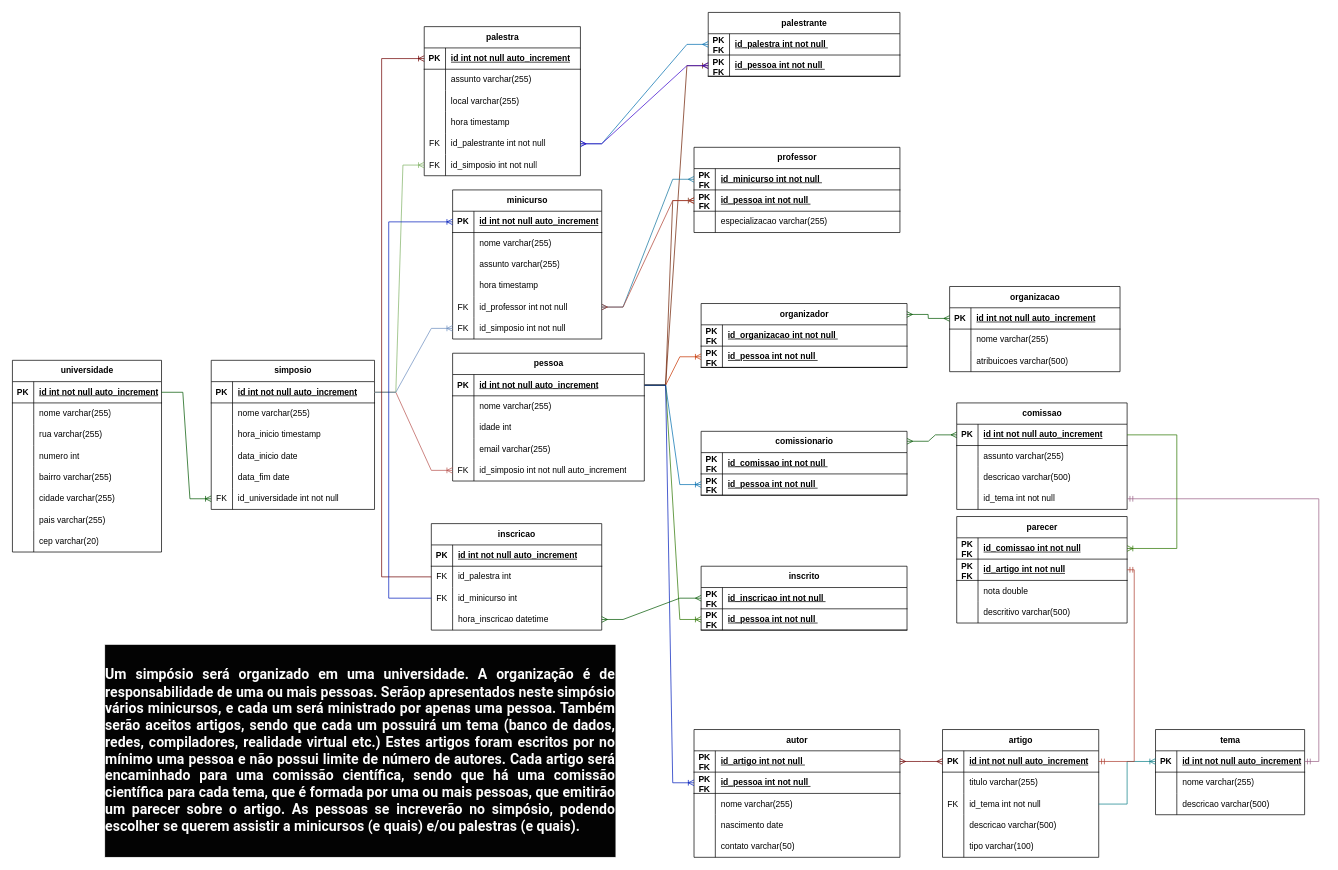
samueldelorenzi/BancoDeDadosI keeps this draw.io diagram as Diagramas/Atividades/simposio.drawio. Above is the earlier version. Source tidied: cells renumbered, new cells numbered last; positions are measured from the earlier drawing's top-left corner, leaving out a move shared by most shapes. Both pictures are drawn from the tidied source at 71%, with x=0, y=0 at pixel (12, 12).
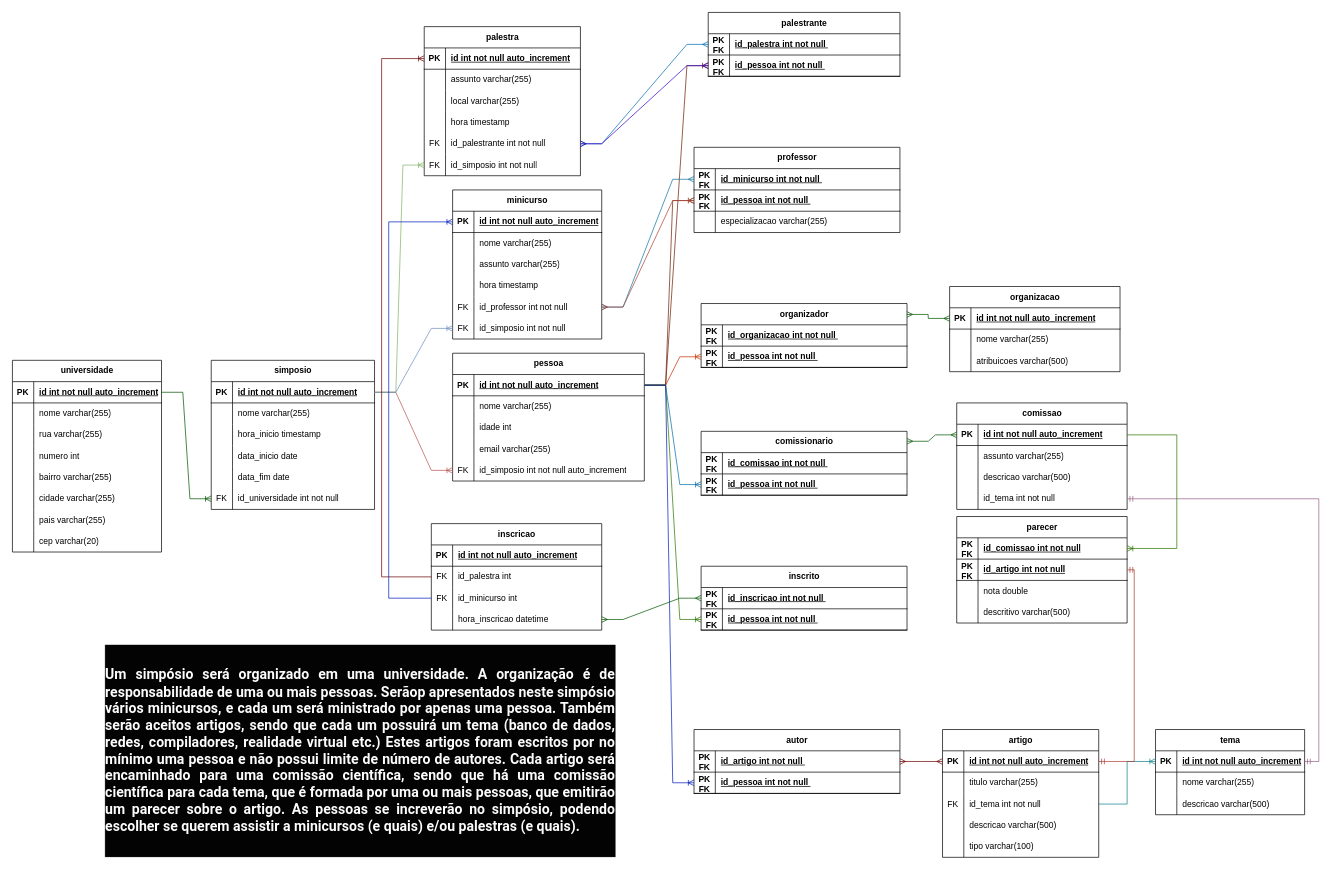
After the change.

The edit, as a diff of the source:
```diff
@@
     <mxCell id="191" value="autor" style="shape=table;startSize=30;childLayout=tableLayout;rowLines=0;fontStyle=1;align=center;html=1;" parent="1" vertex="1">
-      <mxGeometry x="960" y="1010" width="290" height="180" as="geometry" />
+      <mxGeometry x="960" y="1010" width="290" height="90" as="geometry" />
     </mxCell>
@@
-    <mxCell id="198" style="shape=tableRow;horizontal=0;startSize=0;swimlaneHead=0;swimlaneBody=0;fillColor=none;top=0;left=0;right=0;bottom=0;" parent="191" vertex="1">
-      <mxGeometry y="90" width="290" height="30" as="geometry" />
-    </mxCell>
-    <mxCell id="199" style="shape=partialRectangle;fillColor=none;top=0;left=0;bottom=0;right=0;overflow=hidden;whiteSpace=wrap;html=1;" parent="198" vertex="1">
-      <mxGeometry width="30" height="30" as="geometry" />
-    </mxCell>
-    <mxCell id="200" value="nome varchar(255)" style="shape=partialRectangle;fillColor=none;top=0;left=0;bottom=0;right=0;align=left;spacingLeft=6;overflow=hidden;whiteSpace=wrap;html=1;" parent="198" vertex="1">
-      <mxGeometry x="30" width="260" height="30" as="geometry" />
-    </mxCell>
-    <mxCell id="201" style="shape=tableRow;horizontal=0;startSize=0;swimlaneHead=0;swimlaneBody=0;fillColor=none;top=0;left=0;right=0;bottom=0;" parent="191" vertex="1">
-      <mxGeometry y="120" width="290" height="30" as="geometry" />
-    </mxCell>
-    <mxCell id="202" style="shape=partialRectangle;fillColor=none;top=0;left=0;bottom=0;right=0;overflow=hidden;whiteSpace=wrap;html=1;" parent="201" vertex="1">
-      <mxGeometry width="30" height="30" as="geometry" />
-    </mxCell>
-    <mxCell id="203" value="nascimento date" style="shape=partialRectangle;fillColor=none;top=0;left=0;bottom=0;right=0;align=left;spacingLeft=6;overflow=hidden;whiteSpace=wrap;html=1;" parent="201" vertex="1">
-      <mxGeometry x="30" width="260" height="30" as="geometry" />
-    </mxCell>
-    <mxCell id="204" style="shape=tableRow;horizontal=0;startSize=0;swimlaneHead=0;swimlaneBody=0;fillColor=none;top=0;left=0;right=0;bottom=0;" parent="191" vertex="1">
-      <mxGeometry y="150" width="290" height="30" as="geometry" />
-    </mxCell>
-    <mxCell id="205" style="shape=partialRectangle;fillColor=none;top=0;left=0;bottom=0;right=0;overflow=hidden;whiteSpace=wrap;html=1;" parent="204" vertex="1">
-      <mxGeometry width="30" height="30" as="geometry" />
-    </mxCell>
-    <mxCell id="206" value="contato varchar(50)" style="shape=partialRectangle;fillColor=none;top=0;left=0;bottom=0;right=0;align=left;spacingLeft=6;overflow=hidden;whiteSpace=wrap;html=1;" parent="204" vertex="1">
-      <mxGeometry x="30" width="260" height="30" as="geometry" />
-    </mxCell>
```
